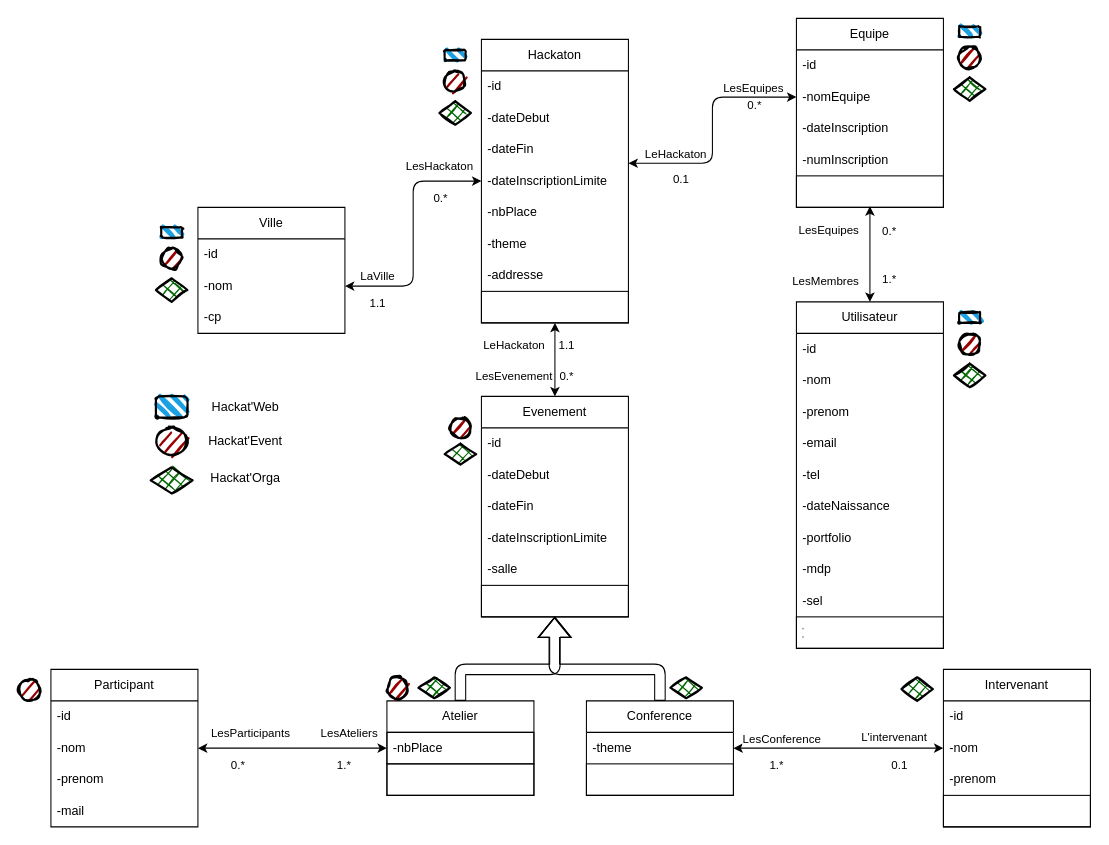
AnArcticPigeon/HackaWeb-SIO2 keeps this draw.io diagram as diagrameClasse.drawio. Above is the earlier version. Source tidied: cells renumbered, new cells numbered last; positions are measured from the earlier drawing's top-left corner, leaving out a move shared by most shapes. Both pictures are drawn from the tidied source at 105%, with x=0, y=0 at pixel (19, 18).
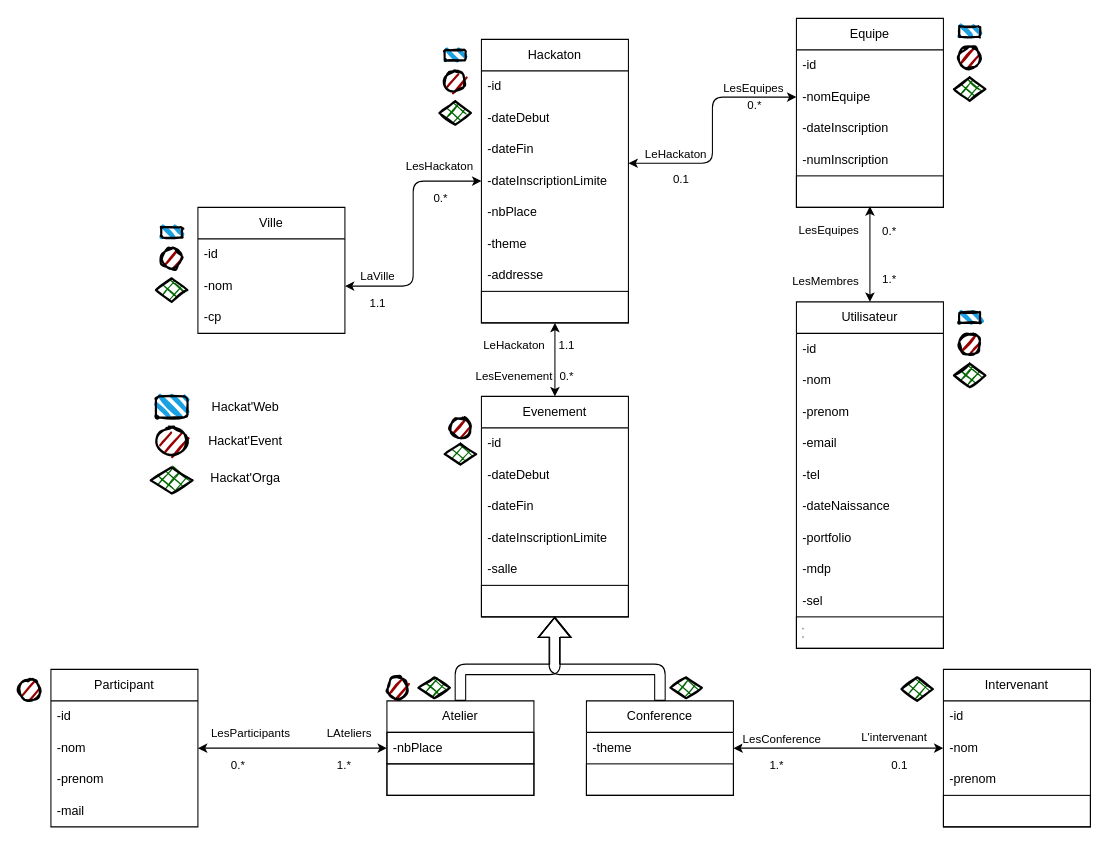
After the change.

The change refers to these unchanged cells:
```xml
<mxCell id="106" style="endArrow=classic;startArrow=classic;html=1;exitX=1;exitY=0.5;exitDx=0;exitDy=0;entryX=0;entryY=0.5;entryDx=0;entryDy=0;" parent="1" edge="1" source="77" target="40">
  <mxGeometry relative="1" as="geometry" />
</mxCell>
```

What changed in the source:
```diff
@@
-    <mxCell id="109" value="LesAteliers" style="edgeLabel;html=1;align=center;verticalAlign=middle;" parent="106" vertex="1">
+    <mxCell id="109" value="LAteliers" style="edgeLabel;html=1;align=center;verticalAlign=middle;" parent="106" vertex="1">
       <mxGeometry x="0.48" relative="1" as="geometry">
         <mxPoint x="10" y="-15" as="offset" />
       </mxGeometry>
     </mxCell>
```
